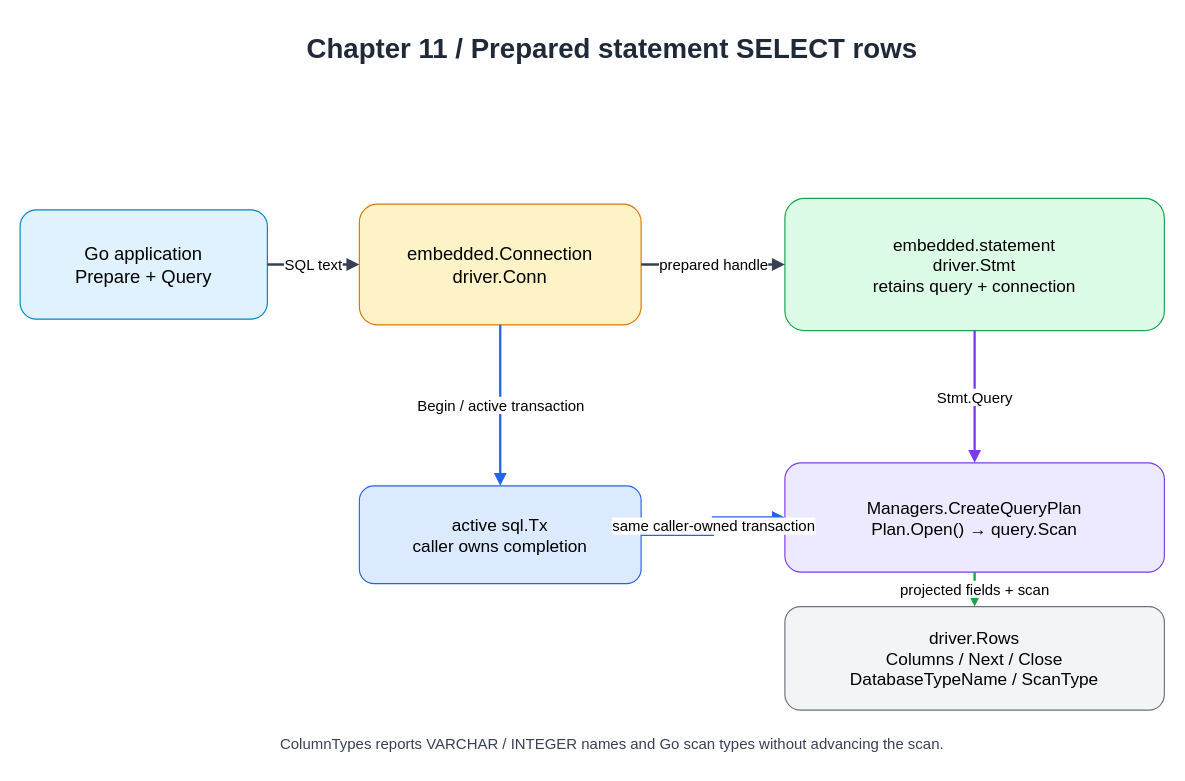
This is docs/diagrams/ch11-embedded-statement.drawio from Rwatana/simledb_in_go, a draw.io file, before an edit. Source tidied: cells renumbered, new cells numbered last; positions are measured from the earlier drawing's top-left corner, leaving out a move shared by most shapes. Both pictures are drawn from the tidied source at 115%, with x=0, y=0 at pixel (20, 20).
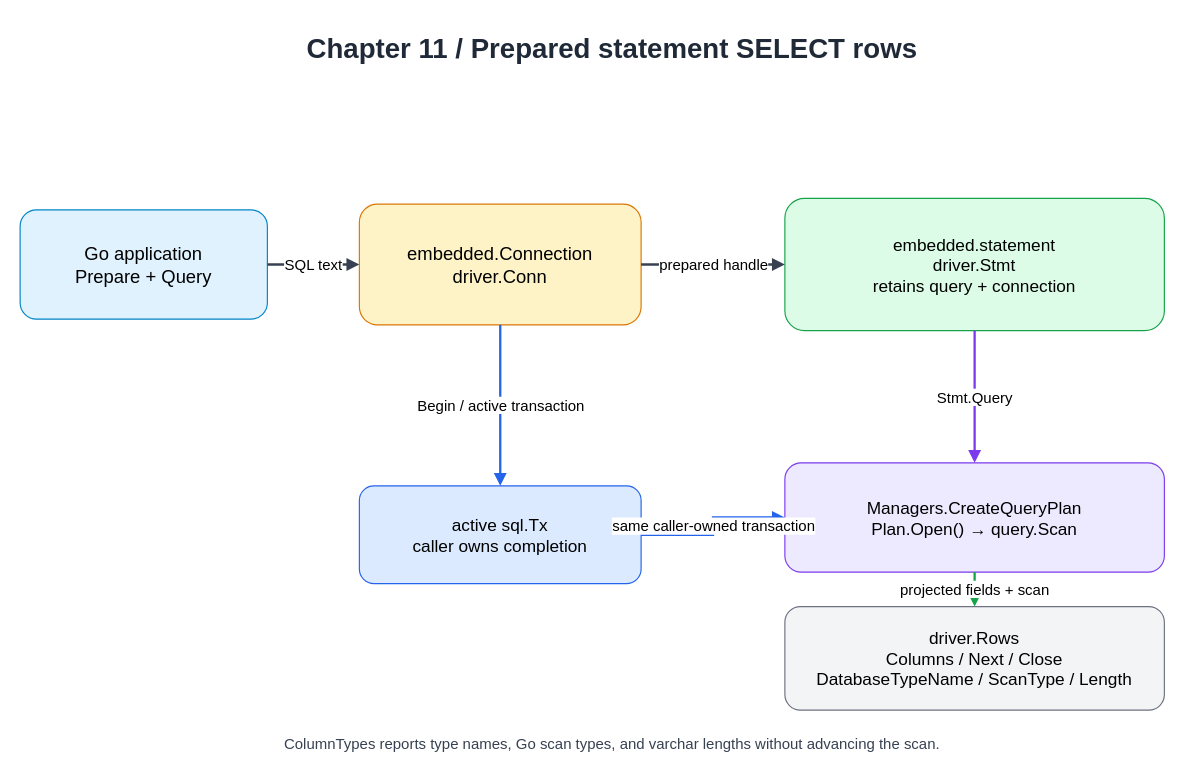
The same diagram, later.

Commit message (it also covers changes not shown here):
feat: report embedded select column lengths (#1155)

Diff of the diagram source:
```diff
@@
 <mxGraphModel>
   <root>
     <mxCell id="0" />
     <mxCell id="1" parent="0" />
     <mxCell id="2" value="Chapter 11 / Prepared statement SELECT rows" style="text;html=1;align=center;verticalAlign=middle;whiteSpace=wrap;rounded=0;fontSize=24;fontStyle=1;fontColor=#1f2937;" parent="1" vertex="1">
       <mxGeometry x="45" width="940" height="50" as="geometry" />
     </mxCell>
     <mxCell id="3" value="Go application&#10;Prepare + Query" style="rounded=1;whiteSpace=wrap;html=1;fillColor=#e0f2fe;strokeColor=#0284c7;fontSize=16;" parent="1" vertex="1">
       <mxGeometry y="165" width="215" height="95" as="geometry" />
     </mxCell>
     <mxCell id="4" value="embedded.Connection&#10;driver.Conn" style="rounded=1;whiteSpace=wrap;html=1;fillColor=#fef3c7;strokeColor=#d97706;fontSize=16;" parent="1" vertex="1">
       <mxGeometry x="295" y="160" width="245" height="105" as="geometry" />
     </mxCell>
     <mxCell id="5" value="embedded.statement&#10;driver.Stmt&#10;retains query + connection" style="rounded=1;whiteSpace=wrap;html=1;fillColor=#dcfce7;strokeColor=#16a34a;fontSize=15;" parent="1" vertex="1">
       <mxGeometry x="665" y="155" width="330" height="115" as="geometry" />
     </mxCell>
     <mxCell id="6" value="active sql.Tx&#10;caller owns completion" style="rounded=1;whiteSpace=wrap;html=1;fillColor=#dbeafe;strokeColor=#2563eb;fontSize=15;" parent="1" vertex="1">
       <mxGeometry x="295" y="405" width="245" height="85" as="geometry" />
     </mxCell>
     <mxCell id="7" value="Managers.CreateQueryPlan&#10;Plan.Open() → query.Scan" style="rounded=1;whiteSpace=wrap;html=1;fillColor=#ede9fe;strokeColor=#7c3aed;fontSize=15;" parent="1" vertex="1">
       <mxGeometry x="665" y="385" width="330" height="95" as="geometry" />
     </mxCell>
-    <mxCell id="8" value="driver.Rows&#10;Columns / Next / Close&#10;DatabaseTypeName / ScanType" style="rounded=1;whiteSpace=wrap;html=1;fillColor=#f3f4f6;strokeColor=#6b7280;fontSize=15;" parent="1" vertex="1">
+    <mxCell id="8" value="driver.Rows&#10;Columns / Next / Close&#10;DatabaseTypeName / ScanType / Length" style="rounded=1;whiteSpace=wrap;html=1;fillColor=#f3f4f6;strokeColor=#6b7280;fontSize=15;" parent="1" vertex="1">
       <mxGeometry x="665" y="510" width="330" height="90" as="geometry" />
     </mxCell>
-    <mxCell id="9" value="ColumnTypes reports VARCHAR / INTEGER names and Go scan types without advancing the scan." style="text;html=1;align=center;whiteSpace=wrap;fontSize=13;fontColor=#374151;" parent="1" vertex="1">
+    <mxCell id="9" value="ColumnTypes reports type names, Go scan types, and varchar lengths without advancing the scan." style="text;html=1;align=center;whiteSpace=wrap;fontSize=13;fontColor=#374151;" parent="1" vertex="1">
       <mxGeometry x="45" y="615" width="940" height="30" as="geometry" />
     </mxCell>
     <mxCell id="10" value="SQL text" style="edgeStyle=orthogonalEdgeStyle;rounded=0;jettySize=auto;html=1;endArrow=block;endFill=1;strokeColor=#374151;strokeWidth=2;fontSize=13;" parent="1" edge="1" source="3" target="4">
       <mxGeometry relative="1" as="geometry" />
     </mxCell>
     <mxCell id="11" value="prepared handle" style="edgeStyle=orthogonalEdgeStyle;rounded=0;jettySize=auto;html=1;endArrow=block;endFill=1;strokeColor=#374151;strokeWidth=2;fontSize=13;" parent="1" edge="1" source="4" target="5">
       <mxGeometry relative="1" as="geometry" />
     </mxCell>
     <mxCell id="12" value="Begin / active transaction" style="edgeStyle=orthogonalEdgeStyle;rounded=0;jettySize=auto;html=1;endArrow=block;endFill=1;strokeColor=#2563eb;strokeWidth=2;fontSize=13;" parent="1" edge="1" source="4" target="6">
       <mxGeometry relative="1" as="geometry" />
     </mxCell>
     <mxCell id="13" value="Stmt.Query" style="edgeStyle=orthogonalEdgeStyle;rounded=0;jettySize=auto;html=1;endArrow=block;endFill=1;strokeColor=#7c3aed;strokeWidth=2;fontSize=13;" parent="1" edge="1" source="5" target="7">
       <mxGeometry relative="1" as="geometry" />
     </mxCell>
     <mxCell id="14" value="same caller-owned transaction" style="edgeStyle=orthogonalEdgeStyle;rounded=0;jettySize=auto;html=1;endArrow=block;endFill=1;strokeColor=#2563eb;strokeWidth=2;fontSize=13;" parent="1" edge="1" source="6" target="7">
       <mxGeometry relative="1" as="geometry" />
     </mxCell>
     <mxCell id="15" value="projected fields + scan" style="edgeStyle=orthogonalEdgeStyle;rounded=0;jettySize=auto;html=1;endArrow=block;endFill=1;strokeColor=#16a34a;strokeWidth=2;fontSize=13;" parent="1" edge="1" source="7" target="8">
       <mxGeometry relative="1" as="geometry" />
     </mxCell>
   </root>
 </mxGraphModel>
```
